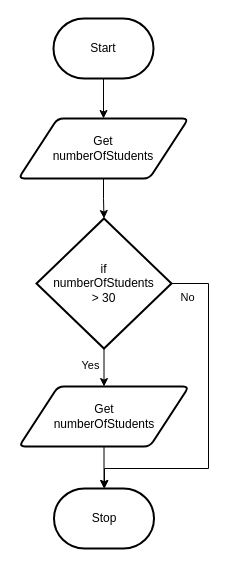
Earlier version of the draw.io diagram docs/structured-problem-solving/images/flowchart-if-then.drawio (Mr-Coxall/Computer-Based-Problem-Solving). Source tidied: cells renumbered, new cells numbered last; positions are measured from the earlier drawing's top-left corner, leaving out a move shared by most shapes. Both pictures are drawn from the tidied source at 100%, with x=0, y=0 at pixel (18, 18).
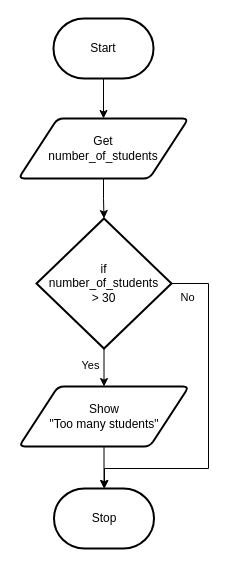
The same page after the edit.

What changed in the source:
```diff
@@
 <mxGraphModel>
   <root>
     <mxCell id="0" />
     <mxCell id="1" parent="0" />
     <mxCell id="2" style="edgeStyle=orthogonalEdgeStyle;html=1;rounded=0;" parent="1" edge="1" source="3" target="5">
       <mxGeometry relative="1" as="geometry" />
     </mxCell>
     <mxCell id="3" value="Start" style="strokeWidth=2;html=1;shape=mxgraph.flowchart.terminator;whiteSpace=wrap;" parent="1" vertex="1">
       <mxGeometry x="35" width="100" height="60" as="geometry" />
     </mxCell>
     <mxCell id="4" style="edgeStyle=orthogonalEdgeStyle;html=1;rounded=0;" parent="1" edge="1" source="5" target="9">
       <mxGeometry relative="1" as="geometry" />
     </mxCell>
-    <mxCell id="5" value="Get&lt;br&gt;numberOfStudents" style="shape=parallelogram;html=1;strokeWidth=2;perimeter=parallelogramPerimeter;whiteSpace=wrap;rounded=1;arcSize=12;size=0.23;" parent="1" vertex="1">
+    <mxCell id="5" value="Get&lt;br&gt;number_of_students" style="shape=parallelogram;html=1;strokeWidth=2;perimeter=parallelogramPerimeter;whiteSpace=wrap;rounded=1;arcSize=12;size=0.23;" parent="1" vertex="1">
       <mxGeometry y="100" width="170" height="60" as="geometry" />
     </mxCell>
     <mxCell id="6" value="Stop" style="strokeWidth=2;html=1;shape=mxgraph.flowchart.terminator;whiteSpace=wrap;" parent="1" vertex="1">
       <mxGeometry x="35.5" y="470" width="100" height="60" as="geometry" />
     </mxCell>
     <mxCell id="7" style="edgeStyle=orthogonalEdgeStyle;shape=connector;rounded=0;html=1;labelBackgroundColor=default;strokeColor=default;fontFamily=Helvetica;fontSize=11;fontColor=default;endArrow=classic;" parent="1" edge="1" source="9" target="11">
       <mxGeometry relative="1" as="geometry" />
     </mxCell>
     <mxCell id="8" style="edgeStyle=orthogonalEdgeStyle;shape=connector;rounded=0;html=1;labelBackgroundColor=default;strokeColor=default;fontFamily=Helvetica;fontSize=11;fontColor=default;endArrow=classic;" parent="1" edge="1" source="9" target="6">
       <mxGeometry relative="1" as="geometry">
         <Array as="points">
           <mxPoint x="190" y="265" />
           <mxPoint x="190" y="450" />
           <mxPoint x="86" y="450" />
         </Array>
       </mxGeometry>
     </mxCell>
-    <mxCell id="9" value="if&lt;br&gt;numberOfStudents&lt;br&gt;&amp;gt; 30" style="strokeWidth=2;html=1;shape=mxgraph.flowchart.decision;whiteSpace=wrap;" parent="1" vertex="1">
+    <mxCell id="9" value="if&lt;br&gt;number_of_students&lt;br&gt;&amp;gt; 30" style="strokeWidth=2;html=1;shape=mxgraph.flowchart.decision;whiteSpace=wrap;" parent="1" vertex="1">
       <mxGeometry x="18" y="200" width="135" height="130" as="geometry" />
     </mxCell>
     <mxCell id="10" style="edgeStyle=orthogonalEdgeStyle;shape=connector;rounded=0;html=1;entryX=0.5;entryY=0;entryDx=0;entryDy=0;entryPerimeter=0;labelBackgroundColor=default;strokeColor=default;fontFamily=Helvetica;fontSize=11;fontColor=default;endArrow=classic;" parent="1" edge="1" source="11" target="6">
       <mxGeometry relative="1" as="geometry" />
     </mxCell>
-    <mxCell id="11" value="Get&lt;br&gt;numberOfStudents" style="shape=parallelogram;html=1;strokeWidth=2;perimeter=parallelogramPerimeter;whiteSpace=wrap;rounded=1;arcSize=12;size=0.23;" parent="1" vertex="1">
+    <mxCell id="11" value="Show&lt;br&gt;&quot;Too many students&quot;" style="shape=parallelogram;html=1;strokeWidth=2;perimeter=parallelogramPerimeter;whiteSpace=wrap;rounded=1;arcSize=12;size=0.23;" parent="1" vertex="1">
       <mxGeometry x="0.5" y="368" width="170" height="60" as="geometry" />
     </mxCell>
     <mxCell id="12" value="Yes" style="text;html=1;align=center;verticalAlign=middle;strokeColor=none;fillColor=none;fontSize=11;fontFamily=Helvetica;fontColor=default;" parent="1" vertex="1">
       <mxGeometry x="52" y="332" width="40" height="30" as="geometry" />
     </mxCell>
     <mxCell id="13" value="No" style="text;html=1;align=center;verticalAlign=middle;strokeColor=none;fillColor=none;fontSize=11;fontFamily=Helvetica;fontColor=default;" parent="1" vertex="1">
       <mxGeometry x="149" y="264" width="40" height="30" as="geometry" />
     </mxCell>
   </root>
 </mxGraphModel>
```
